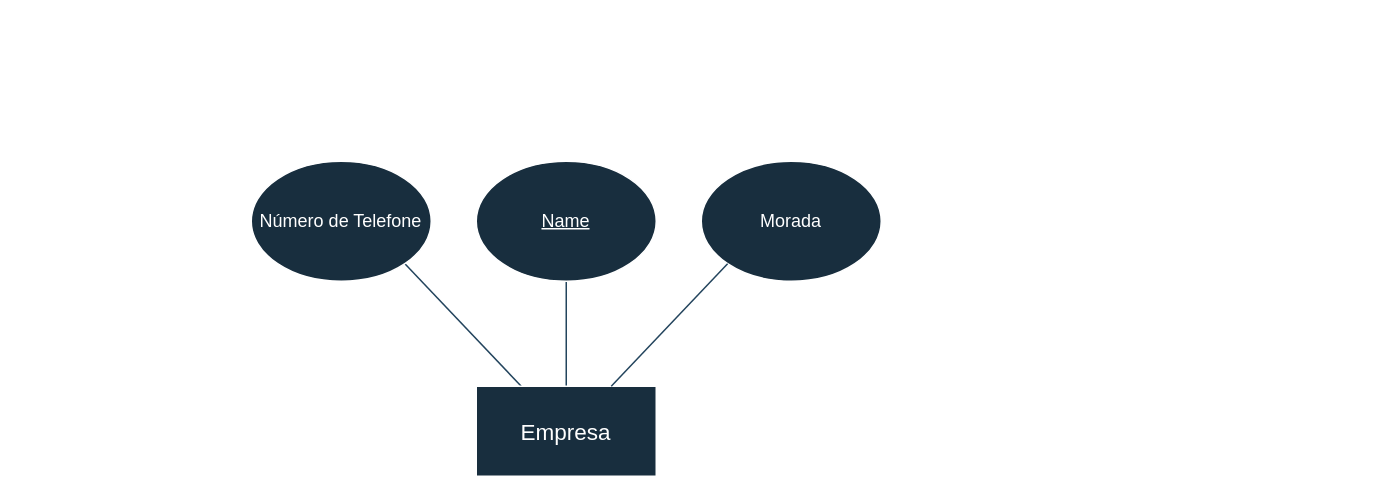
This is page "Page-1" (1 of 2) of diagrams/modelo_EA.drawio from Zane-dev16/BD-projeto-E1, a draw.io file, before an edit. Source tidied: cells renumbered, new cells numbered last; positions are measured from the earlier drawing's top-left corner, leaving out a move shared by most shapes. Both pictures are drawn from the tidied source at 150%, with x=0, y=0 at pixel (250, 160).
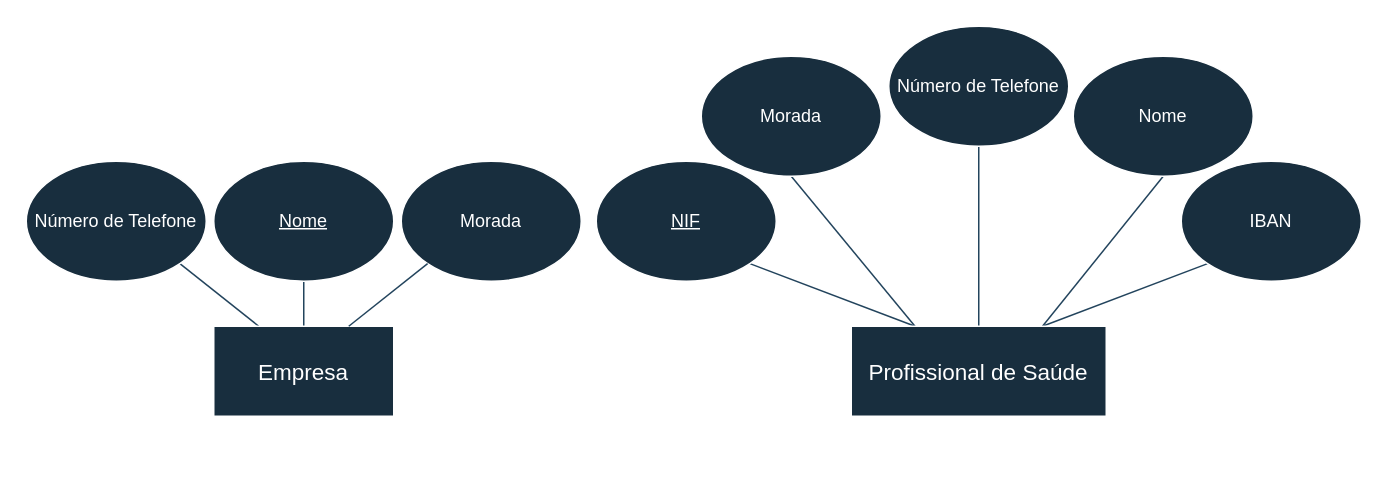
The same diagram, later.

Commit message:
Add medical professional to diagram

The edit, as a diff of the source:
```diff
@@
+    <mxCell id="9" style="rounded=0;jettySize=auto;html=1;exitX=0.25;exitY=0;exitDx=0;exitDy=0;entryX=1;entryY=1;entryDx=0;entryDy=0;strokeColor=#23445D;endArrow=none;endFill=0;" parent="1" edge="1" source="14" target="15">
+      <mxGeometry relative="1" as="geometry" />
+    </mxCell>
+    <mxCell id="10" style="rounded=0;jettySize=auto;html=1;exitX=0.25;exitY=0;exitDx=0;exitDy=0;entryX=0.5;entryY=1;entryDx=0;entryDy=0;strokeColor=#23445D;endArrow=none;endFill=0;" parent="1" edge="1" source="14" target="17">
+      <mxGeometry relative="1" as="geometry" />
+    </mxCell>
+    <mxCell id="11" style="edgeStyle=orthogonalEdgeStyle;rounded=0;jettySize=auto;html=1;exitX=0.5;exitY=0;exitDx=0;exitDy=0;strokeColor=#23445D;entryX=0.5;entryY=1;entryDx=0;entryDy=0;endArrow=none;endFill=0;" parent="1" edge="1" source="14" target="18">
+      <mxGeometry relative="1" as="geometry" />
+    </mxCell>
+    <mxCell id="12" style="rounded=0;jettySize=auto;html=1;exitX=0.75;exitY=0;exitDx=0;exitDy=0;entryX=0.5;entryY=1;entryDx=0;entryDy=0;strokeColor=#23445D;endArrow=none;endFill=0;" parent="1" edge="1" source="14" target="19">
+      <mxGeometry relative="1" as="geometry" />
+    </mxCell>
+    <mxCell id="13" style="rounded=0;jettySize=auto;html=1;exitX=0.75;exitY=0;exitDx=0;exitDy=0;entryX=0;entryY=1;entryDx=0;entryDy=0;strokeColor=#23445D;endArrow=none;endFill=0;" parent="1" edge="1" source="14" target="20">
+      <mxGeometry relative="1" as="geometry" />
+    </mxCell>
+    <mxCell id="14" value="&lt;font style=&quot;font-size: 15px;&quot;&gt;Profissional de Saúde&lt;/font&gt;" style="rounded=0;whiteSpace=wrap;html=1;strokeColor=#FFFFFF;fontColor=#FFFFFF;fillColor=#182E3E;" parent="1" vertex="1">
+      <mxGeometry x="400" y="110" width="170" height="60" as="geometry" />
+    </mxCell>
+    <mxCell id="15" value="&lt;u&gt;NIF&lt;/u&gt;" style="ellipse;whiteSpace=wrap;html=1;labelBackgroundColor=none;fillColor=#182E3E;strokeColor=#FFFFFF;fontColor=#FFFFFF;" parent="1" vertex="1">
+      <mxGeometry x="230" width="120" height="80" as="geometry" />
+    </mxCell>
+    <mxCell id="16" style="group;" parent="1" vertex="1">
+      <mxGeometry x="-150" width="370" height="210" as="geometry" />
+    </mxCell>
-    <mxCell id="2" style="edgeStyle=orthogonalEdgeStyle;rounded=0;jettySize=auto;html=1;exitX=0.5;exitY=0;exitDx=0;exitDy=0;entryX=0.5;entryY=1;entryDx=0;entryDy=0;endArrow=none;endFill=0;labelBackgroundColor=none;strokeColor=#23445D;fontColor=default;" parent="1" edge="1" source="4" target="5">
+    <mxCell id="2" style="edgeStyle=orthogonalEdgeStyle;rounded=0;jettySize=auto;html=1;exitX=0.5;exitY=0;exitDx=0;exitDy=0;entryX=0.5;entryY=1;entryDx=0;entryDy=0;endArrow=none;endFill=0;labelBackgroundColor=none;strokeColor=#23445D;fontColor=default;" parent="16" edge="1" source="4" target="5">
       <mxGeometry relative="1" as="geometry" />
     </mxCell>
-    <mxCell id="3" style="rounded=0;jettySize=auto;html=1;exitX=0.25;exitY=0;exitDx=0;exitDy=0;strokeColor=#23445D;startArrow=none;startFill=0;endArrow=none;endFill=0;entryX=1;entryY=1;entryDx=0;entryDy=0;" parent="1" edge="1" source="4" target="8">
+    <mxCell id="3" style="rounded=0;jettySize=auto;html=1;exitX=0.25;exitY=0;exitDx=0;exitDy=0;strokeColor=#23445D;startArrow=none;startFill=0;endArrow=none;endFill=0;entryX=1;entryY=1;entryDx=0;entryDy=0;" parent="16" edge="1" source="4" target="8">
       <mxGeometry relative="1" as="geometry" />
     </mxCell>
-    <mxCell id="4" value="&lt;font style=&quot;font-size: 15px;&quot;&gt;Empresa&lt;/font&gt;" style="rounded=0;whiteSpace=wrap;html=1;labelBackgroundColor=none;fillColor=#182E3E;strokeColor=#FFFFFF;fontColor=#FFFFFF;" parent="1" vertex="1">
-      <mxGeometry x="150" y="150" width="120" height="60" as="geometry" />
+    <mxCell id="4" value="&lt;font style=&quot;font-size: 15px;&quot;&gt;Empresa&lt;/font&gt;" style="rounded=0;whiteSpace=wrap;html=1;labelBackgroundColor=none;fillColor=#182E3E;strokeColor=#FFFFFF;fontColor=#FFFFFF;" parent="16" vertex="1">
+      <mxGeometry x="125" y="110" width="120" height="60" as="geometry" />
     </mxCell>
-    <mxCell id="5" value="&lt;u&gt;Name&lt;/u&gt;" style="ellipse;whiteSpace=wrap;html=1;labelBackgroundColor=none;fillColor=#182E3E;strokeColor=#FFFFFF;fontColor=#FFFFFF;" parent="1" vertex="1">
-      <mxGeometry x="150" width="120" height="80" as="geometry" />
+    <mxCell id="5" value="&lt;u&gt;Nome&lt;/u&gt;" style="ellipse;whiteSpace=wrap;html=1;labelBackgroundColor=none;fillColor=#182E3E;strokeColor=#FFFFFF;fontColor=#FFFFFF;" parent="16" vertex="1">
+      <mxGeometry x="125" width="120" height="80" as="geometry" />
     </mxCell>
-    <mxCell id="6" value="Morada" style="ellipse;whiteSpace=wrap;html=1;labelBackgroundColor=none;fillColor=#182E3E;strokeColor=#FFFFFF;fontColor=#FFFFFF;" parent="1" vertex="1">
-      <mxGeometry x="300" width="120" height="80" as="geometry" />
+    <mxCell id="6" value="Morada" style="ellipse;whiteSpace=wrap;html=1;labelBackgroundColor=none;fillColor=#182E3E;strokeColor=#FFFFFF;fontColor=#FFFFFF;" parent="16" vertex="1">
+      <mxGeometry x="250" width="120" height="80" as="geometry" />
     </mxCell>
-    <mxCell id="7" style="endArrow=none;html=1;rounded=0;entryX=0;entryY=1;entryDx=0;entryDy=0;exitX=0.75;exitY=0;exitDx=0;exitDy=0;labelBackgroundColor=none;strokeColor=#23445D;fontColor=default;" parent="1" edge="1" source="4" target="6">
+    <mxCell id="7" style="endArrow=none;html=1;rounded=0;entryX=0;entryY=1;entryDx=0;entryDy=0;exitX=0.75;exitY=0;exitDx=0;exitDy=0;labelBackgroundColor=none;strokeColor=#23445D;fontColor=default;" parent="16" edge="1" source="4" target="6">
       <mxGeometry relative="1" as="geometry" />
     </mxCell>
-    <mxCell id="8" value="Número de Telefone" style="ellipse;whiteSpace=wrap;html=1;labelBackgroundColor=none;fillColor=#182E3E;strokeColor=#FFFFFF;fontColor=#FFFFFF;" parent="1" vertex="1">
+    <mxCell id="8" value="Número de Telefone" style="ellipse;whiteSpace=wrap;html=1;labelBackgroundColor=none;fillColor=#182E3E;strokeColor=#FFFFFF;fontColor=#FFFFFF;" parent="16" vertex="1">
       <mxGeometry width="120" height="80" as="geometry" />
     </mxCell>
+    <mxCell id="17" value="Morada" style="ellipse;whiteSpace=wrap;html=1;labelBackgroundColor=none;fillColor=#182E3E;strokeColor=#FFFFFF;fontColor=#FFFFFF;" parent="1" vertex="1">
+      <mxGeometry x="300" y="-70" width="120" height="80" as="geometry" />
+    </mxCell>
+    <mxCell id="18" value="Número de Telefone" style="ellipse;whiteSpace=wrap;html=1;labelBackgroundColor=none;fillColor=#182E3E;strokeColor=#FFFFFF;fontColor=#FFFFFF;" parent="1" vertex="1">
+      <mxGeometry x="425" y="-90" width="120" height="80" as="geometry" />
+    </mxCell>
+    <mxCell id="19" value="Nome" style="ellipse;whiteSpace=wrap;html=1;labelBackgroundColor=none;fillColor=#182E3E;strokeColor=#FFFFFF;fontColor=#FFFFFF;" parent="1" vertex="1">
+      <mxGeometry x="548" y="-70" width="120" height="80" as="geometry" />
+    </mxCell>
+    <mxCell id="20" value="IBAN" style="ellipse;whiteSpace=wrap;html=1;labelBackgroundColor=none;fillColor=#182E3E;strokeColor=#FFFFFF;fontColor=#FFFFFF;" parent="1" vertex="1">
+      <mxGeometry x="620" width="120" height="80" as="geometry" />
+    </mxCell>
```
